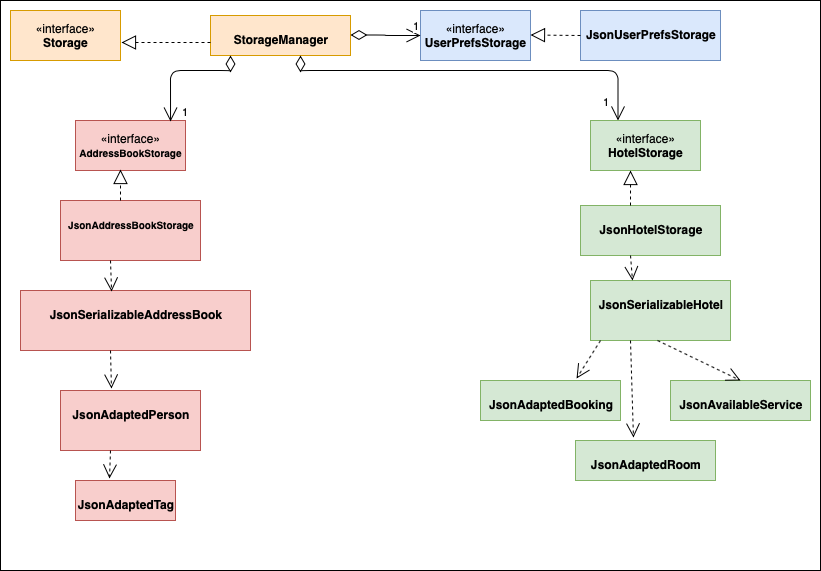
The draw.io diagram images/StorageDiagram.png in AY1920S2-CS2103T-W13-2/main, before a commit. Source tidied: cells renumbered, new cells last; positions are measured from the earlier drawing's top-left corner, leaving out a move shared by most shapes.
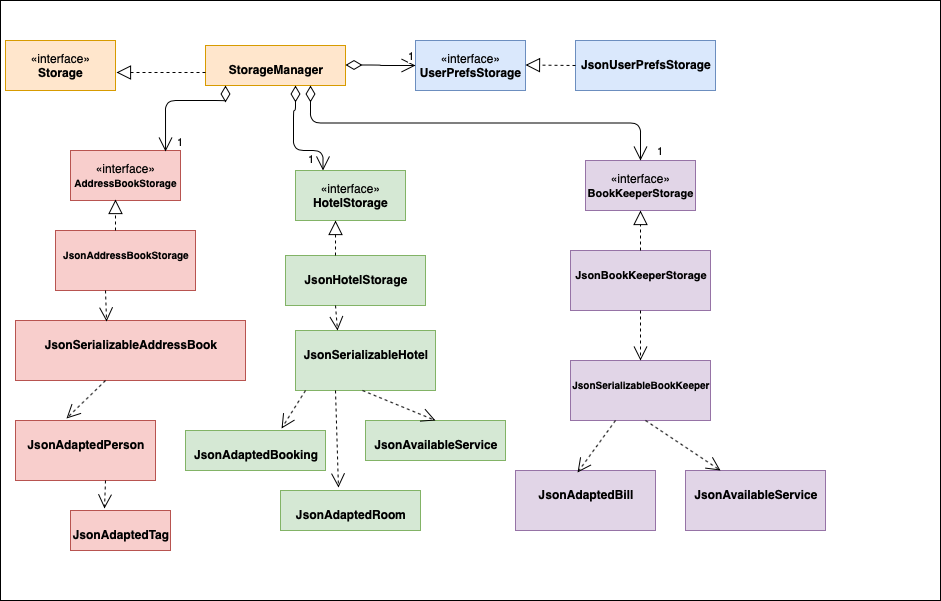
After the commit.

The edit, as a diff of the source:
```diff
@@ -3,7 +3,7 @@
     <mxCell id="0" />
     <mxCell id="1" parent="0" />
     <mxCell id="2" style="rounded=0;whiteSpace=wrap;html=1;" parent="1" vertex="1">
-      <mxGeometry width="820" height="570" as="geometry" />
+      <mxGeometry x="5" y="-30" width="940" height="600" as="geometry" />
     </mxCell>
     <mxCell id="3" value="«interface»&lt;br&gt;&lt;b&gt;Storage&lt;/b&gt;" style="html=1;fillColor=#ffe6cc;strokeColor=#d79b00;" parent="1" vertex="1">
       <mxGeometry x="10" y="10" width="110" height="50" as="geometry" />
@@ -27,7 +27,7 @@
       <mxGeometry x="20" y="290" width="230" height="60" as="geometry" />
     </mxCell>
     <mxCell id="10" value="&lt;p style=&quot;margin: 0px ; margin-top: 4px ; text-align: center&quot;&gt;&lt;br&gt;&lt;b&gt;JsonAdaptedPerson&lt;/b&gt;&lt;/p&gt;" style="verticalAlign=top;align=left;overflow=fill;fontSize=12;fontFamily=Helvetica;html=1;fillColor=#f8cecc;strokeColor=#b85450;" parent="1" vertex="1">
-      <mxGeometry x="60" y="390" width="140" height="60" as="geometry" />
+      <mxGeometry x="20" y="390" width="140" height="60" as="geometry" />
     </mxCell>
     <mxCell id="11" style="endArrow=block;dashed=1;endFill=0;endSize=12;html=1;entryX=1.009;entryY=0.64;entryDx=0;entryDy=0;entryPerimeter=0;" parent="1" edge="1" target="3">
       <mxGeometry relative="1" as="geometry">
@@ -58,8 +58,10 @@
       <mxGeometry x="0.95" y="-17" relative="1" as="geometry">
         <mxPoint x="300" y="55" as="sourcePoint" />
         <Array as="points">
-          <mxPoint x="300" y="70" />
-          <mxPoint x="618" y="70" />
+          <mxPoint x="300" y="80" />
+          <mxPoint x="298" y="80" />
+          <mxPoint x="298" y="120" />
+          <mxPoint x="328" y="120" />
         </Array>
         <mxPoint y="1" as="offset" />
       </mxGeometry>
@@ -80,7 +82,7 @@
       </mxGeometry>
     </mxCell>
     <mxCell id="19" value="&lt;p style=&quot;margin: 0px ; margin-top: 4px ; text-align: center&quot;&gt;&lt;br&gt;&lt;b&gt;JsonAvailableService&lt;/b&gt;&lt;/p&gt;" style="verticalAlign=top;align=left;overflow=fill;fontSize=12;fontFamily=Helvetica;html=1;fillColor=#d5e8d4;strokeColor=#82b366;" parent="1" vertex="1">
-      <mxGeometry x="670" y="380" width="140" height="40" as="geometry" />
+      <mxGeometry x="370" y="390" width="140" height="40" as="geometry" />
     </mxCell>
     <mxCell id="20" value="&lt;p style=&quot;margin: 0px ; margin-top: 4px ; text-align: center&quot;&gt;&lt;br&gt;&lt;b&gt;JsonAdaptedTag&lt;/b&gt;&lt;/p&gt;" style="verticalAlign=top;align=left;overflow=fill;fontSize=12;fontFamily=Helvetica;html=1;fillColor=#f8cecc;strokeColor=#b85450;" parent="1" vertex="1">
       <mxGeometry x="75" y="480" width="100" height="40" as="geometry" />
@@ -91,7 +93,7 @@
       </mxGeometry>
     </mxCell>
     <mxCell id="22" style="group;" parent="1" vertex="1">
-      <mxGeometry x="480" y="120" width="250" height="360" as="geometry" />
+      <mxGeometry x="190" y="140" width="250" height="360" as="geometry" />
     </mxCell>
     <mxCell id="23" value="«interface»&lt;br&gt;&lt;b&gt;HotelStorage&lt;/b&gt;" style="html=1;fillColor=#d5e8d4;strokeColor=#82b366;" parent="22" vertex="1">
       <mxGeometry x="110" width="110" height="50" as="geometry" />
@@ -133,5 +135,39 @@
         <mxPoint x="177" y="220" as="sourcePoint" />
       </mxGeometry>
     </mxCell>
+    <mxCell id="33" value="«interface»&lt;br&gt;&lt;b&gt;&lt;font style=&quot;font-size: 11px&quot;&gt;BookKeeperStorage&lt;/font&gt;&lt;/b&gt;" style="html=1;fillColor=#e1d5e7;strokeColor=#9673a6;" parent="1" vertex="1">
+      <mxGeometry x="590" y="130" width="110" height="50" as="geometry" />
+    </mxCell>
+    <mxCell id="34" value="&lt;p style=&quot;margin: 0px ; margin-top: 4px ; text-align: center&quot;&gt;&lt;br&gt;&lt;b&gt;&lt;font style=&quot;font-size: 11px&quot;&gt;JsonBookKeeperStorage&lt;/font&gt;&lt;/b&gt;&lt;/p&gt;" style="verticalAlign=top;align=left;overflow=fill;fontSize=12;fontFamily=Helvetica;html=1;fillColor=#e1d5e7;strokeColor=#9673a6;" parent="1" vertex="1">
+      <mxGeometry x="575" y="220" width="140" height="60" as="geometry" />
+    </mxCell>
+    <mxCell id="35" value="&lt;p style=&quot;margin: 0px ; margin-top: 4px ; text-align: center&quot;&gt;&lt;br&gt;&lt;b&gt;&lt;font style=&quot;font-size: 10px&quot;&gt;JsonSerializableBookKeeper&lt;/font&gt;&lt;/b&gt;&lt;/p&gt;" style="verticalAlign=top;align=left;overflow=fill;fontSize=12;fontFamily=Helvetica;html=1;fillColor=#e1d5e7;strokeColor=#9673a6;" parent="1" vertex="1">
+      <mxGeometry x="575" y="330" width="140" height="60" as="geometry" />
+    </mxCell>
+    <mxCell id="36" value="&lt;p style=&quot;margin: 0px ; margin-top: 4px ; text-align: center&quot;&gt;&lt;br&gt;&lt;b&gt;JsonAdaptedBill&lt;/b&gt;&lt;/p&gt;" style="verticalAlign=top;align=left;overflow=fill;fontSize=12;fontFamily=Helvetica;html=1;fillColor=#e1d5e7;strokeColor=#9673a6;" parent="1" vertex="1">
+      <mxGeometry x="520" y="440" width="140" height="60" as="geometry" />
+    </mxCell>
+    <mxCell id="37" value="&lt;p style=&quot;margin: 0px ; margin-top: 4px ; text-align: center&quot;&gt;&lt;br&gt;&lt;b&gt;JsonAvailableService&lt;/b&gt;&lt;/p&gt;" style="verticalAlign=top;align=left;overflow=fill;fontSize=12;fontFamily=Helvetica;html=1;fillColor=#e1d5e7;strokeColor=#9673a6;" parent="1" vertex="1">
+      <mxGeometry x="690" y="440" width="140" height="60" as="geometry" />
+    </mxCell>
+    <mxCell id="38" value="1" style="endArrow=open;html=1;endSize=12;startArrow=diamondThin;startSize=14;startFill=0;edgeStyle=orthogonalEdgeStyle;align=left;verticalAlign=bottom;exitX=0.75;exitY=1;exitDx=0;exitDy=0;" parent="1" edge="1" source="4" target="33">
+      <mxGeometry x="1" y="15" relative="1" as="geometry" />
+    </mxCell>
+    <mxCell id="39" style="endArrow=block;dashed=1;endFill=0;endSize=12;html=1;entryX=0.5;entryY=1;entryDx=0;entryDy=0;exitX=0.5;exitY=0;exitDx=0;exitDy=0;" parent="1" edge="1" source="34" target="33">
+      <mxGeometry relative="1" as="geometry" />
+    </mxCell>
+    <mxCell id="40" style="endArrow=open;endSize=12;dashed=1;html=1;entryX=0.5;entryY=0;entryDx=0;entryDy=0;exitX=0.5;exitY=1;exitDx=0;exitDy=0;" parent="1" edge="1" source="34" target="35">
+      <mxGeometry relative="1" as="geometry" />
+    </mxCell>
+    <mxCell id="41" style="endArrow=open;endSize=12;dashed=1;html=1;entryX=0.443;entryY=0.033;entryDx=0;entryDy=0;entryPerimeter=0;" parent="1" edge="1" target="36">
+      <mxGeometry relative="1" as="geometry">
+        <mxPoint x="620" y="390" as="sourcePoint" />
+      </mxGeometry>
+    </mxCell>
+    <mxCell id="42" style="endArrow=open;endSize=12;dashed=1;html=1;entryX=0.25;entryY=0;entryDx=0;entryDy=0;" parent="1" edge="1" target="37">
+      <mxGeometry relative="1" as="geometry">
+        <mxPoint x="650" y="390" as="sourcePoint" />
+      </mxGeometry>
+    </mxCell>
   </root>
 </mxGraphModel>
```
